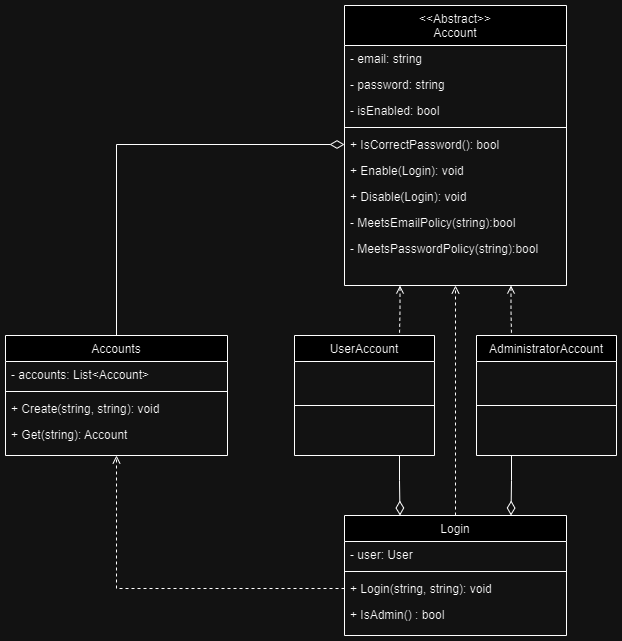
This is exercise.main/Diagrams/extension_class_diagram.png from boolean-uk/csharp-tdd-oop-abstraction, a draw.io export, as it was before one commit. Source tidied: cells renumbered, new cells last; positions are measured from the earlier drawing's top-left corner, leaving out a move shared by most shapes.
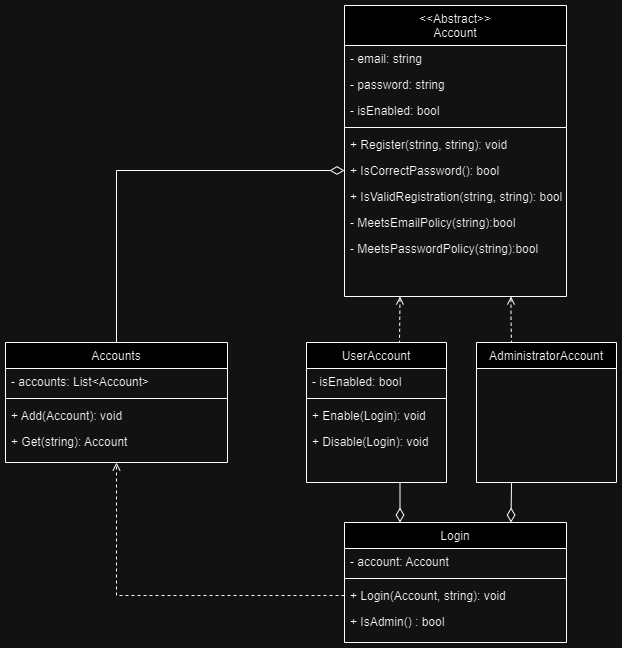
After the change.

Commit message:
Refactored and Made Tests for Extension

Change to the diagram source:
```diff
@@ -5,11 +5,13 @@
     <mxCell id="2" style="edgeStyle=orthogonalEdgeStyle;rounded=0;jettySize=auto;html=1;exitX=0.75;exitY=1;exitDx=0;exitDy=0;entryX=0.25;entryY=0;entryDx=0;entryDy=0;dashed=1;startArrow=open;startFill=0;endArrow=none;endFill=0;" parent="1" edge="1" source="4" target="18">
       <mxGeometry relative="1" as="geometry" />
     </mxCell>
-    <mxCell id="3" style="edgeStyle=orthogonalEdgeStyle;rounded=0;jettySize=auto;html=1;exitX=0.25;exitY=1;exitDx=0;exitDy=0;entryX=0.75;entryY=0;entryDx=0;entryDy=0;dashed=1;endArrow=none;endFill=0;startArrow=open;startFill=0;" parent="1" edge="1" source="4" target="15">
-      <mxGeometry relative="1" as="geometry" />
+    <mxCell id="3" style="edgeStyle=orthogonalEdgeStyle;rounded=0;jettySize=auto;html=1;exitX=0.25;exitY=1;exitDx=0;exitDy=0;entryX=0.75;entryY=0;entryDx=0;entryDy=0;dashed=1;endArrow=none;endFill=0;startArrow=open;startFill=0;" parent="1" edge="1" source="4">
+      <mxGeometry relative="1" as="geometry">
+        <mxPoint x="394" y="330" as="targetPoint" />
+      </mxGeometry>
     </mxCell>
     <mxCell id="4" value="&lt;&lt;Abstract&gt;&gt;&#10;Account" style="swimlane;fontStyle=0;align=center;verticalAlign=top;horizontal=1;startSize=40;rounded=0;shadow=0;strokeWidth=1;" parent="1" vertex="1">
-      <mxGeometry x="339" width="222" height="280" as="geometry" />
+      <mxGeometry x="339" y="-7" width="222" height="291" as="geometry" />
     </mxCell>
     <mxCell id="5" value="- email: string" style="text;align=left;verticalAlign=top;spacingLeft=4;spacingRight=4;overflow=hidden;" parent="4" vertex="1">
       <mxGeometry y="40" width="222" height="26" as="geometry" />
@@ -23,52 +25,42 @@
     <mxCell id="8" style="line;html=1;strokeWidth=1;align=left;verticalAlign=middle;spacingTop=-1;spacingLeft=3;spacingRight=3;labelPosition=right;" parent="4" vertex="1">
       <mxGeometry y="118" width="222" height="8" as="geometry" />
     </mxCell>
+    <mxCell id="33" value="+ Register(string, string): void" style="text;align=left;verticalAlign=top;spacingLeft=4;spacingRight=4;overflow=hidden;" parent="4" vertex="1">
+      <mxGeometry y="126" width="222" height="26" as="geometry" />
+    </mxCell>
     <mxCell id="9" value="+ IsCorrectPassword(): bool" style="text;align=left;verticalAlign=top;spacingLeft=4;spacingRight=4;overflow=hidden;points=[[0,0.5],[1,0.5]];portConstraint=eastwest;" parent="4" vertex="1">
-      <mxGeometry y="126" width="222" height="26" as="geometry" />
+      <mxGeometry y="152" width="222" height="26" as="geometry" />
     </mxCell>
-    <mxCell id="10" value="+ Enable(Login): void" style="text;align=left;verticalAlign=top;spacingLeft=4;spacingRight=4;overflow=hidden;" parent="4" vertex="1">
-      <mxGeometry y="152" width="222" height="26" as="geometry" />
-    </mxCell>
-    <mxCell id="11" value="+ Disable(Login): void" style="text;align=left;verticalAlign=top;spacingLeft=4;spacingRight=4;overflow=hidden;" parent="4" vertex="1">
-      <mxGeometry y="178" width="222" height="26" as="geometry" />
-    </mxCell>
+    <mxCell id="34" value="+ IsValidRegistration(string, string): bool" style="text;align=left;verticalAlign=top;spacingLeft=4;spacingRight=4;overflow=hidden;" parent="4" vertex="1">
+      <mxGeometry y="178" width="222" height="26" as="geometry" />
+    </mxCell>
     <mxCell id="12" value="- MeetsEmailPolicy(string):bool&#10;" style="text;align=left;verticalAlign=top;spacingLeft=4;spacingRight=4;overflow=hidden;" parent="4" vertex="1">
       <mxGeometry y="204" width="222" height="26" as="geometry" />
     </mxCell>
     <mxCell id="13" value="- MeetsPasswordPolicy(string):bool&#10;" style="text;align=left;verticalAlign=top;spacingLeft=4;spacingRight=4;overflow=hidden;" parent="4" vertex="1">
       <mxGeometry y="230" width="222" height="26" as="geometry" />
     </mxCell>
-    <mxCell id="14" style="edgeStyle=orthogonalEdgeStyle;rounded=0;jettySize=auto;html=1;exitX=0.75;exitY=1;exitDx=0;exitDy=0;entryX=0.25;entryY=0;entryDx=0;entryDy=0;endArrow=diamondThin;endFill=0;endSize=12;" parent="1" edge="1" source="15" target="21">
-      <mxGeometry relative="1" as="geometry" />
+    <mxCell id="14" style="edgeStyle=orthogonalEdgeStyle;rounded=0;jettySize=auto;html=1;exitX=0.75;exitY=1;exitDx=0;exitDy=0;entryX=0.25;entryY=0;entryDx=0;entryDy=0;endArrow=diamondThin;endFill=0;endSize=12;" parent="1" edge="1" target="21">
+      <mxGeometry relative="1" as="geometry">
+        <mxPoint x="394" y="522" as="sourcePoint" />
+      </mxGeometry>
     </mxCell>
-    <mxCell id="15" value="UserAccount" style="swimlane;fontStyle=0;align=center;verticalAlign=top;horizontal=1;startSize=26;rounded=0;shadow=0;strokeWidth=1;" parent="1" vertex="1">
-      <mxGeometry x="289" y="330" width="140" height="120" as="geometry" />
-    </mxCell>
-    <mxCell id="16" style="line;html=1;strokeWidth=1;align=left;verticalAlign=middle;spacingTop=-1;spacingLeft=3;spacingRight=3;labelPosition=right;" parent="15" vertex="1">
-      <mxGeometry y="26" width="140" height="88" as="geometry" />
-    </mxCell>
     <mxCell id="17" style="edgeStyle=orthogonalEdgeStyle;rounded=0;jettySize=auto;html=1;exitX=0.25;exitY=1;exitDx=0;exitDy=0;entryX=0.75;entryY=0;entryDx=0;entryDy=0;endArrow=diamondThin;endFill=0;endSize=12;" parent="1" edge="1" source="18" target="21">
       <mxGeometry relative="1" as="geometry" />
     </mxCell>
     <mxCell id="18" value="AdministratorAccount" style="swimlane;fontStyle=0;align=center;verticalAlign=top;horizontal=1;startSize=26;rounded=0;shadow=0;strokeWidth=1;" parent="1" vertex="1">
-      <mxGeometry x="471" y="330" width="140" height="120" as="geometry" />
+      <mxGeometry x="471" y="330" width="140" height="140" as="geometry" />
     </mxCell>
-    <mxCell id="19" style="line;html=1;strokeWidth=1;align=left;verticalAlign=middle;spacingTop=-1;spacingLeft=3;spacingRight=3;labelPosition=right;" parent="18" vertex="1">
-      <mxGeometry y="26" width="140" height="88" as="geometry" />
-    </mxCell>
-    <mxCell id="20" style="edgeStyle=orthogonalEdgeStyle;rounded=0;jettySize=auto;html=1;exitX=0.5;exitY=0;exitDx=0;exitDy=0;entryX=0.5;entryY=1;entryDx=0;entryDy=0;endArrow=open;endFill=0;dashed=1;" parent="1" edge="1" source="21" target="4">
-      <mxGeometry relative="1" as="geometry" />
-    </mxCell>
     <mxCell id="21" value="Login" style="swimlane;fontStyle=0;align=center;verticalAlign=top;horizontal=1;startSize=26;rounded=0;shadow=0;strokeWidth=1;" parent="1" vertex="1">
       <mxGeometry x="339" y="510" width="222" height="120" as="geometry" />
     </mxCell>
-    <mxCell id="22" value="- user: User" style="text;align=left;verticalAlign=top;spacingLeft=4;spacingRight=4;overflow=hidden;" parent="21" vertex="1">
+    <mxCell id="22" value="- account: Account" style="text;align=left;verticalAlign=top;spacingLeft=4;spacingRight=4;overflow=hidden;" parent="21" vertex="1">
       <mxGeometry y="26" width="222" height="26" as="geometry" />
     </mxCell>
     <mxCell id="23" style="line;html=1;strokeWidth=1;align=left;verticalAlign=middle;spacingTop=-1;spacingLeft=3;spacingRight=3;labelPosition=right;" parent="21" vertex="1">
       <mxGeometry y="52" width="222" height="8" as="geometry" />
     </mxCell>
-    <mxCell id="24" value="+ Login(string, string): void" style="text;align=left;verticalAlign=top;spacingLeft=4;spacingRight=4;overflow=hidden;points=[[0,0.5],[1,0.5]];portConstraint=eastwest;" parent="21" vertex="1">
+    <mxCell id="24" value="+ Login(Account, string): void" style="text;align=left;verticalAlign=top;spacingLeft=4;spacingRight=4;overflow=hidden;points=[[0,0.5],[1,0.5]];portConstraint=eastwest;" parent="21" vertex="1">
       <mxGeometry y="60" width="222" height="26" as="geometry" />
     </mxCell>
     <mxCell id="25" value="+ IsAdmin() : bool" style="text;align=left;verticalAlign=top;spacingLeft=4;spacingRight=4;overflow=hidden;" parent="21" vertex="1">
@@ -86,7 +78,7 @@
     <mxCell id="29" style="line;html=1;strokeWidth=1;align=left;verticalAlign=middle;spacingTop=-1;spacingLeft=3;spacingRight=3;labelPosition=right;" parent="27" vertex="1">
       <mxGeometry y="52" width="222" height="8" as="geometry" />
     </mxCell>
-    <mxCell id="30" value="+ Create(string, string): void" style="text;align=left;verticalAlign=top;spacingLeft=4;spacingRight=4;overflow=hidden;" parent="27" vertex="1">
+    <mxCell id="30" value="+ Add(Account): void" style="text;align=left;verticalAlign=top;spacingLeft=4;spacingRight=4;overflow=hidden;" parent="27" vertex="1">
       <mxGeometry y="60" width="222" height="26" as="geometry" />
     </mxCell>
     <mxCell id="31" value="+ Get(string): Account" style="text;align=left;verticalAlign=top;spacingLeft=4;spacingRight=4;overflow=hidden;" parent="27" vertex="1">
@@ -95,5 +87,23 @@
     <mxCell id="32" style="edgeStyle=orthogonalEdgeStyle;rounded=0;jettySize=auto;html=1;exitX=0;exitY=0.5;exitDx=0;exitDy=0;entryX=0.5;entryY=1;entryDx=0;entryDy=0;endArrow=open;endFill=0;dashed=1;" parent="1" edge="1" source="24" target="27">
       <mxGeometry relative="1" as="geometry" />
     </mxCell>
+    <mxCell id="15" value="UserAccount" style="swimlane;fontStyle=0;align=center;verticalAlign=top;horizontal=1;startSize=26;rounded=0;shadow=0;strokeWidth=1;" parent="1" vertex="1">
+      <mxGeometry x="301" y="330" width="140" height="140" as="geometry" />
+    </mxCell>
+    <mxCell id="35" value="- isEnabled: bool" style="text;align=left;verticalAlign=top;spacingLeft=4;spacingRight=4;overflow=hidden;" parent="15" vertex="1">
+      <mxGeometry y="26" width="140" height="26" as="geometry" />
+    </mxCell>
+    <mxCell id="36" style="line;html=1;strokeWidth=1;align=left;verticalAlign=middle;spacingTop=-1;spacingLeft=3;spacingRight=3;labelPosition=right;" parent="15" vertex="1">
+      <mxGeometry y="52" width="140" height="8" as="geometry" />
+    </mxCell>
+    <mxCell id="10" value="+ Enable(Login): void" style="text;align=left;verticalAlign=top;spacingLeft=4;spacingRight=4;overflow=hidden;" parent="15" vertex="1">
+      <mxGeometry y="60" width="140" height="26" as="geometry" />
+    </mxCell>
+    <mxCell id="11" value="+ Disable(Login): void" style="text;align=left;verticalAlign=top;spacingLeft=4;spacingRight=4;overflow=hidden;" parent="15" vertex="1">
+      <mxGeometry y="86" width="140" height="26" as="geometry" />
+    </mxCell>
+    <mxCell id="37" style="edgeStyle=orthogonalEdgeStyle;rounded=0;jettySize=auto;html=1;exitX=0.75;exitY=1;exitDx=0;exitDy=0;entryX=0.25;entryY=0;entryDx=0;entryDy=0;endArrow=diamondThin;endFill=0;endSize=12;" parent="1" edge="1" source="15" target="21">
+      <mxGeometry relative="1" as="geometry" />
+    </mxCell>
   </root>
 </mxGraphModel>
```
